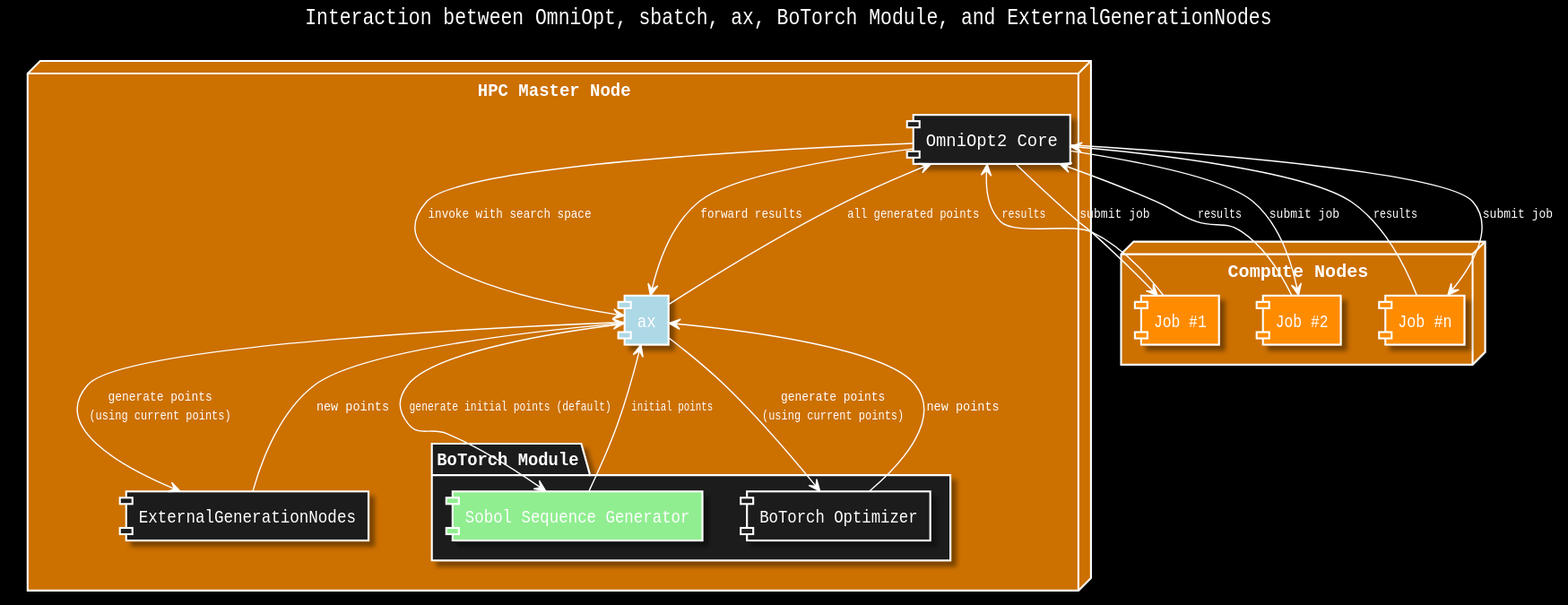
Above: .gui/documentation/output_dark_slurm/slurm.svg in NormanTUD/OmniOpt (PlantUML), before the change.
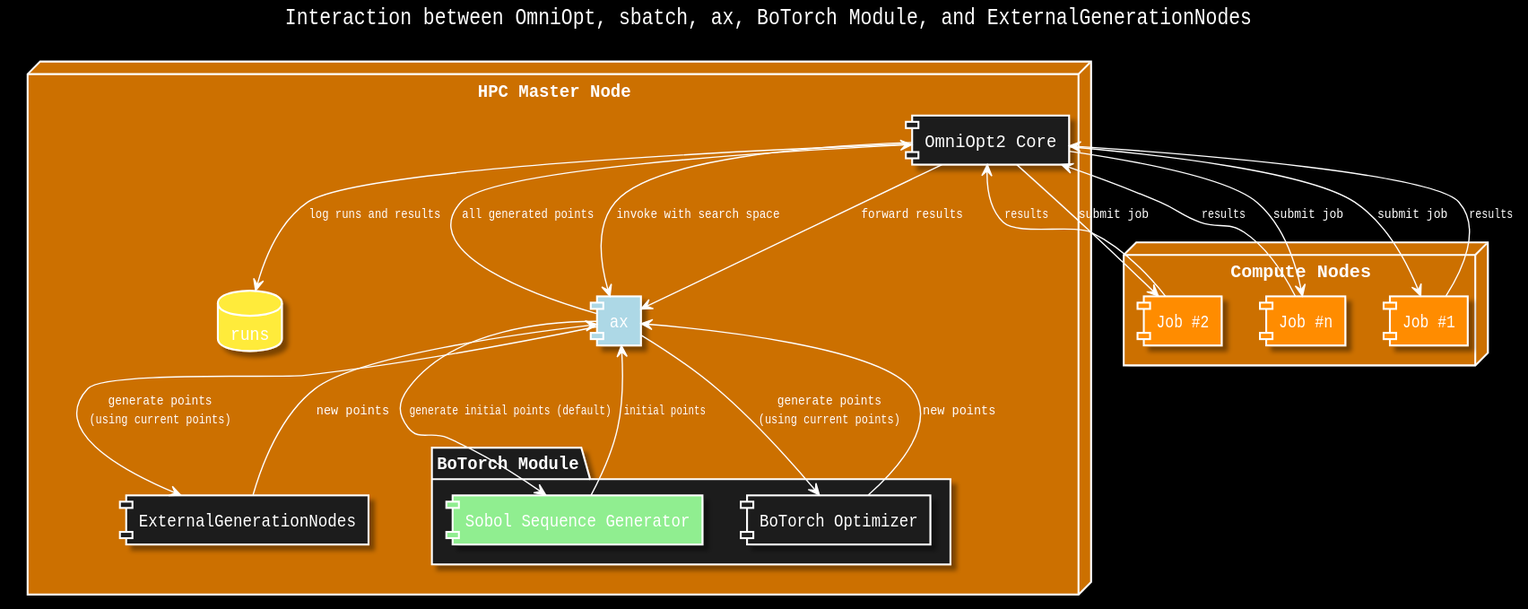
Above is the later version.

Diff of the diagram source:
```diff
@@ -10,7 +10,7 @@
 
   skinparam componentBackgroundColor #1e1e1e
   skinparam nodeBackgroundColor #CC7000
-  skinparam databaseBackgroundColor #003366
+  skinparam databaseBackgroundColor #003166
   skinparam packageBackgroundColor #1e1e1e
   skinparam cloudBackgroundColor #1e1e1e
 
@@ -37,6 +37,8 @@
   }
 
   component "ExternalGenerationNodes" as external_nodes
+
+  database "runs" as db_runs #FFEB3B
 }
 
 node "Compute Nodes" as ComputeNodes {
@@ -48,11 +50,9 @@
 OmniOptCore --> ax_module : invoke with search space
 
 ax_module --> sobol : generate initial points (default)
-
 sobol --> ax_module : initial points
 
 ax_module --> botorch : generate points\n(using current points)
-
 ax_module --> external_nodes : generate points\n(using current points)
 
 botorch --> ax_module : new points
@@ -70,4 +70,6 @@
 
 OmniOptCore --> ax_module : forward results
 
+OmniOptCore --> db_runs : log runs and results
+
 @enduml
```
